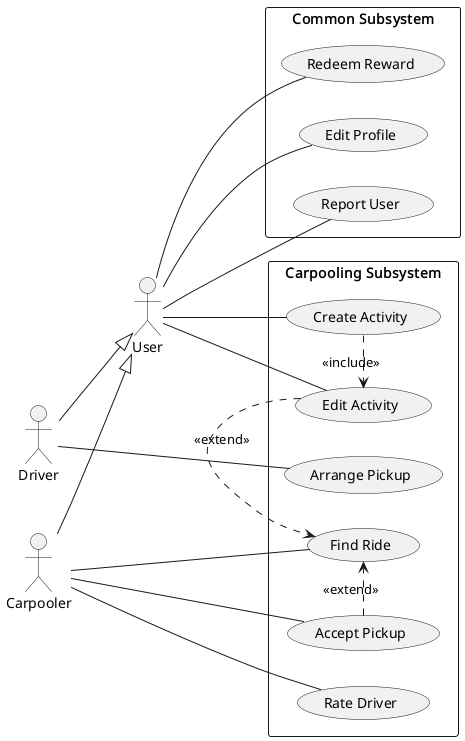
Before: images/use-cases-carpooling.png, a diagram exported from PlantUML (YannisRavasopoulos/ProjectSD_S6). Source of this version:
```plantuml
@startuml

actor "User"
actor "Driver"
actor "Carpooler"

"Carpooler" --|> "User"
"Driver" --|> "User"

left to right direction

rectangle "Carpooling Subsystem" {
    usecase "Create Activity"
    usecase "Edit Activity"
    usecase "Find Ride"
    usecase "Arrange Pickup"
    usecase "Accept Pickup"
    usecase "Rate Driver"
}

rectangle "Common Subsystem" {
    usecase "Redeem Reward"
    usecase "Edit Profile"
    usecase "Report User"
}

"User" -- "Edit Profile"
"User" -- "Redeem Reward"
"User" -- "Report User"

"User" -- "Create Activity"
"User" -- "Edit Activity"

"Driver" -- "Arrange Pickup"

"Carpooler" -- "Find Ride"
"Carpooler" -- "Accept Pickup"
"Carpooler" -- "Rate Driver"

"Create Activity" .> "Edit Activity": <<include>>
"Edit Activity" .> "Find Ride": <<extend>>
"Accept Pickup" .> "Find Ride": <<extend>>

@enduml
```
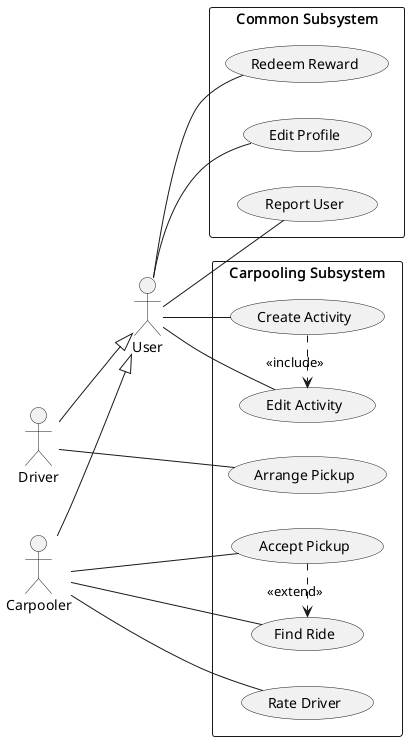
After the change.

Diff of the diagram source:
```diff
@@ -38,7 +38,6 @@
 "Carpooler" -- "Rate Driver"
 
 "Create Activity" .> "Edit Activity": <<include>>
-"Edit Activity" .> "Find Ride": <<extend>>
 "Accept Pickup" .> "Find Ride": <<extend>>
 
 @enduml
```
